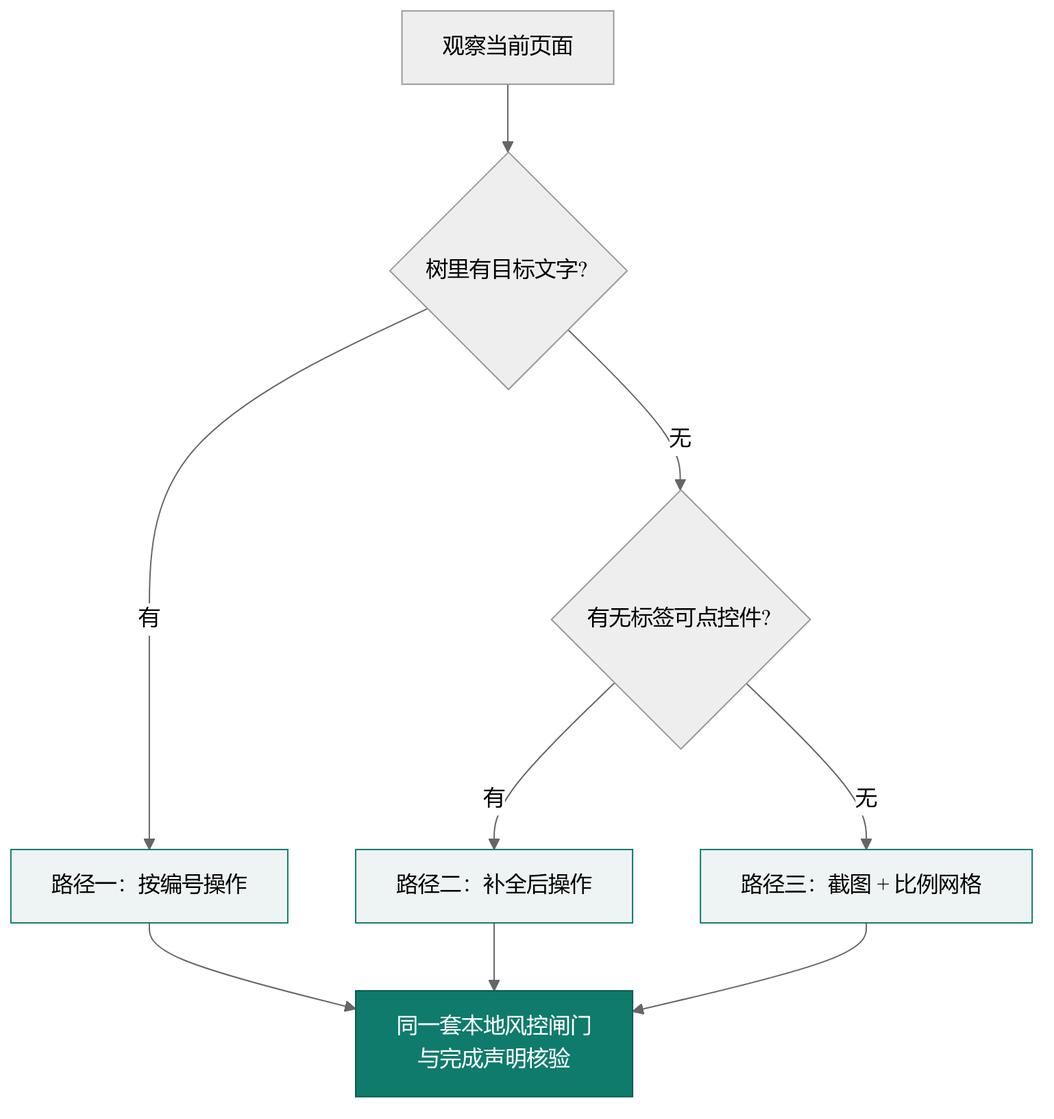
Above: docs/aic-2026/figures/fig12.png in lhxll07/elder-harness (Mermaid), before the change. Its source is kept beside it as docs/aic-2026/figures/fig12.mmd.
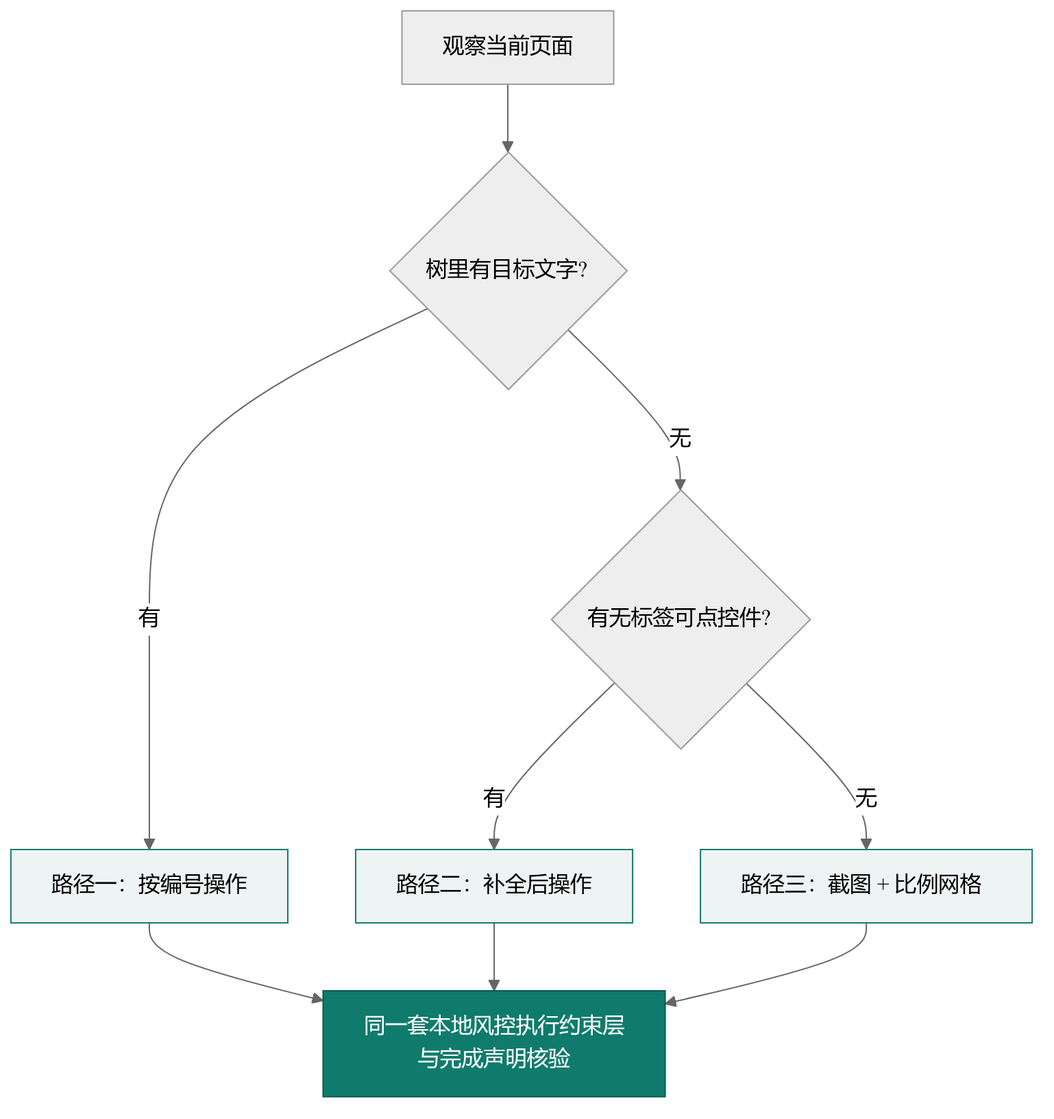
After the change.

Change to the diagram source:
```diff
@@ -5,7 +5,7 @@
   Q1 -->|无| Q2{"有无标签可点控件?"}
   Q2 -->|有| B["路径二：补全后操作"]
   Q2 -->|无| C["路径三：截图 + 比例网格"]
-  A --> G["同一套本地风控闸门<br/>与完成声明核验"]
+  A --> G["同一套本地风控执行约束层<br/>与完成声明核验"]
   B --> G
   C --> G
   classDef p fill:#eef4f3,stroke:#0f7b6c
```
